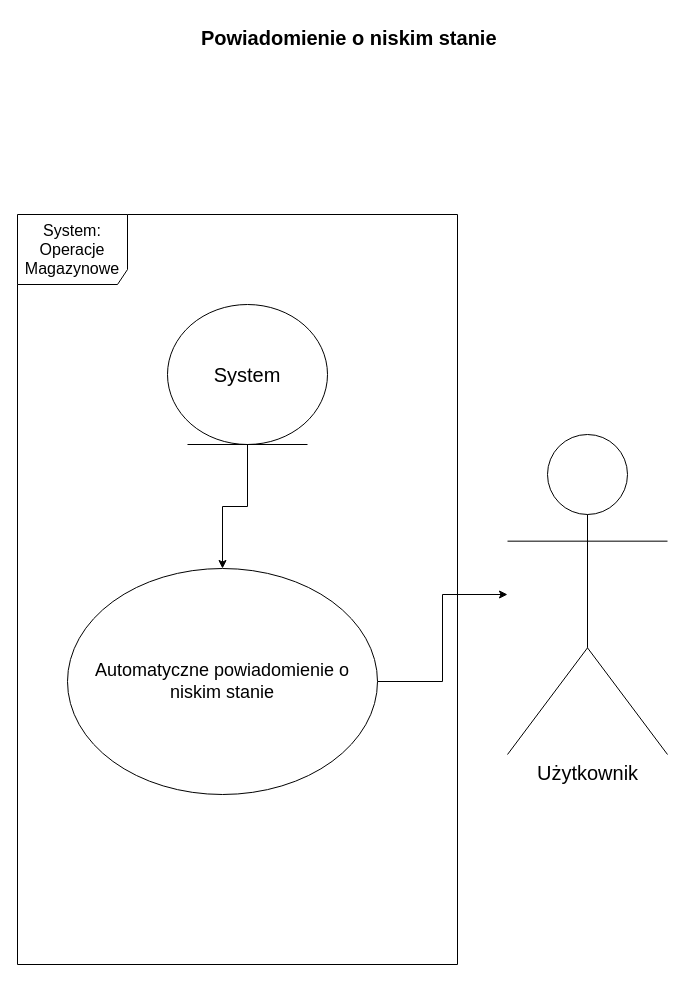
Above: diagramy/PrzypadkiUzycia/Diagram5.drawio in kacperMa25/In-ynieriaOprogramowania (draw.io), before the change. Source tidied: cells renumbered, new cells numbered last; positions are measured from the earlier drawing's top-left corner, leaving out a move shared by most shapes. Both pictures are drawn from the tidied source at 100%, with x=0, y=0 at pixel (17, 17).
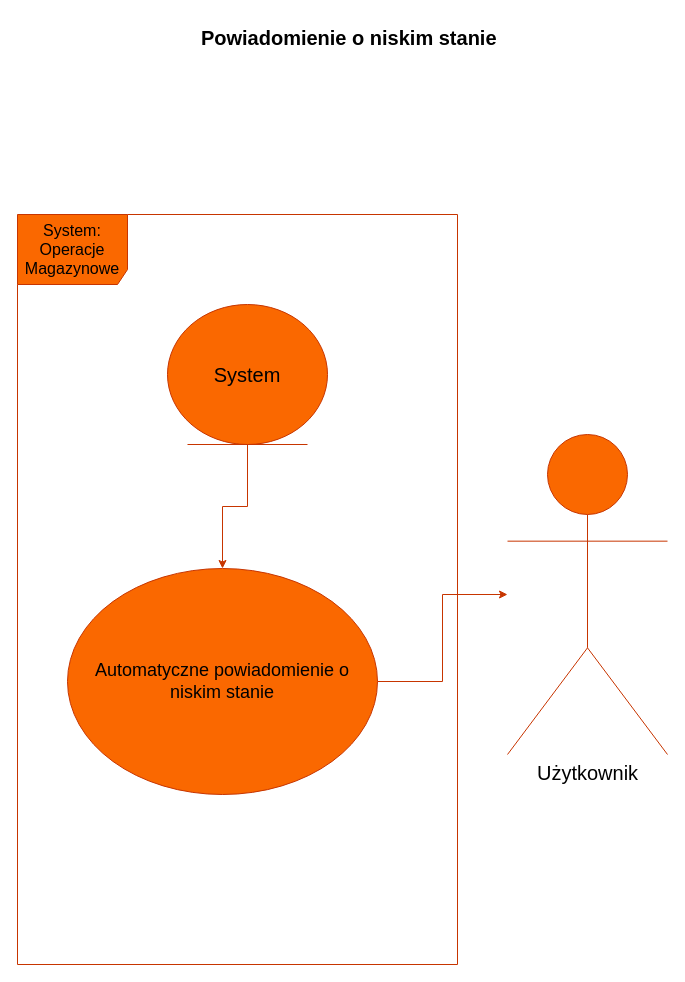
The same diagram, later.

The edit, as a diff of the source:
```diff
@@
-<mxGraphModel>
+<mxGraphModel background="#FFFFFF">
   <root>
     <mxCell id="0" />
     <mxCell id="1" parent="0" />
-    <mxCell id="2" value="&lt;font style=&quot;font-size: 16px;&quot;&gt;System:&lt;/font&gt;&lt;div&gt;&lt;font style=&quot;font-size: 16px;&quot;&gt;Operacje Magazynowe&lt;/font&gt;&lt;/div&gt;" style="shape=umlFrame;whiteSpace=wrap;html=1;width=110;height=70;" parent="1" vertex="1">
+    <mxCell id="2" value="&lt;font style=&quot;font-size: 16px;&quot;&gt;System:&lt;/font&gt;&lt;div&gt;&lt;font style=&quot;font-size: 16px;&quot;&gt;Operacje Magazynowe&lt;/font&gt;&lt;/div&gt;" style="shape=umlFrame;whiteSpace=wrap;html=1;width=110;height=70;fillColor=#fa6800;fontColor=#000000;strokeColor=#C73500;" parent="1" vertex="1">
       <mxGeometry y="197" width="440" height="750" as="geometry" />
     </mxCell>
-    <mxCell id="3" style="edgeStyle=orthogonalEdgeStyle;rounded=0;jettySize=auto;html=1;exitX=1;exitY=0.5;exitDx=0;exitDy=0;" parent="1" edge="1" source="4" target="5">
+    <mxCell id="3" style="edgeStyle=orthogonalEdgeStyle;rounded=0;jettySize=auto;html=1;exitX=1;exitY=0.5;exitDx=0;exitDy=0;fillColor=#fa6800;strokeColor=#C73500;" parent="1" edge="1" source="4" target="5">
       <mxGeometry relative="1" as="geometry" />
     </mxCell>
-    <mxCell id="4" value="&lt;font style=&quot;font-size: 18px;&quot;&gt;Automatyczne powiadomienie o niskim stanie&lt;/font&gt;" style="ellipse;whiteSpace=wrap;html=1;" parent="1" vertex="1">
+    <mxCell id="4" value="&lt;font style=&quot;font-size: 18px;&quot;&gt;Automatyczne powiadomienie o niskim stanie&lt;/font&gt;" style="ellipse;whiteSpace=wrap;html=1;fillColor=#fa6800;fontColor=#000000;strokeColor=#C73500;" parent="1" vertex="1">
       <mxGeometry x="50" y="551" width="310" height="226" as="geometry" />
     </mxCell>
-    <mxCell id="5" value="&lt;font style=&quot;font-size: 20px;&quot;&gt;Użytkownik&lt;/font&gt;" style="shape=umlActor;verticalLabelPosition=bottom;verticalAlign=top;html=1;" parent="1" vertex="1">
+    <mxCell id="5" value="&lt;font style=&quot;font-size: 20px;&quot;&gt;Użytkownik&lt;/font&gt;" style="shape=umlActor;verticalLabelPosition=bottom;verticalAlign=top;html=1;fillColor=#fa6800;fontColor=#000000;strokeColor=#C73500;" parent="1" vertex="1">
       <mxGeometry x="490" y="417" width="160" height="320" as="geometry" />
     </mxCell>
-    <mxCell id="6" style="edgeStyle=orthogonalEdgeStyle;rounded=0;jettySize=auto;html=1;exitX=0.5;exitY=1;exitDx=0;exitDy=0;" parent="1" edge="1" source="7" target="4">
+    <mxCell id="6" style="edgeStyle=orthogonalEdgeStyle;rounded=0;jettySize=auto;html=1;exitX=0.5;exitY=1;exitDx=0;exitDy=0;fillColor=#fa6800;strokeColor=#C73500;" parent="1" edge="1" source="7" target="4">
       <mxGeometry relative="1" as="geometry" />
     </mxCell>
-    <mxCell id="7" value="&lt;font style=&quot;font-size: 20px;&quot;&gt;System&lt;/font&gt;" style="ellipse;shape=umlEntity;whiteSpace=wrap;html=1;" parent="1" vertex="1">
+    <mxCell id="7" value="&lt;font style=&quot;font-size: 20px;&quot;&gt;System&lt;/font&gt;" style="ellipse;shape=umlEntity;whiteSpace=wrap;html=1;fillColor=#fa6800;fontColor=#000000;strokeColor=#C73500;" parent="1" vertex="1">
       <mxGeometry x="150" y="287" width="160" height="140" as="geometry" />
     </mxCell>
     <mxCell id="8" value="&lt;font style=&quot;font-size: 20px;&quot;&gt;&lt;b&gt;Powiadomienie o niskim stanie&amp;nbsp;&lt;/b&gt;&lt;/font&gt;" style="text;html=1;align=center;verticalAlign=middle;strokeColor=none;fillColor=none;" parent="1" vertex="1">
       <mxGeometry x="174" width="320" height="40" as="geometry" />
     </mxCell>
   </root>
 </mxGraphModel>
```
